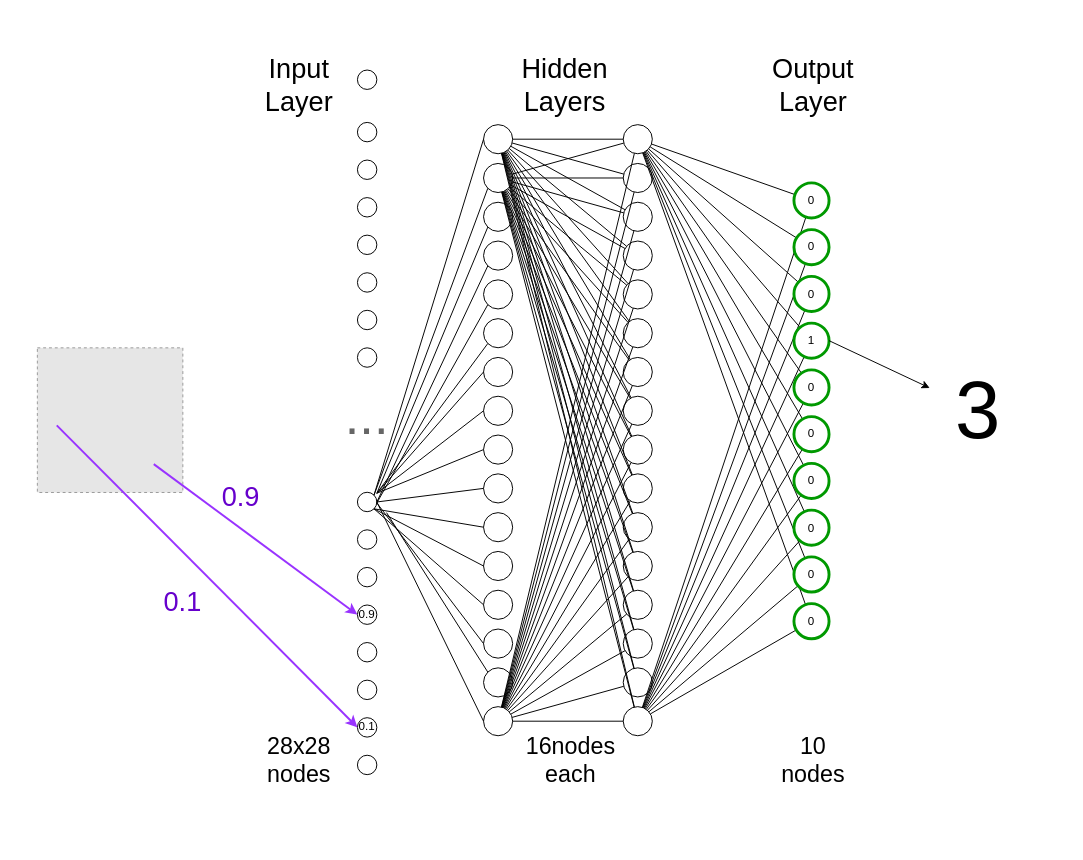
Before: neural-net.drawio in chnoack/diagrams, a draw.io diagram. Source tidied: cells renumbered, new cells numbered last; positions are measured from the earlier drawing's top-left corner, leaving out a move shared by most shapes. Both pictures are drawn from the tidied source at 97%, with x=0, y=0 at pixel (37, 70). Pictures stored in the file or linked from it are replaced by grey dashed boxes.
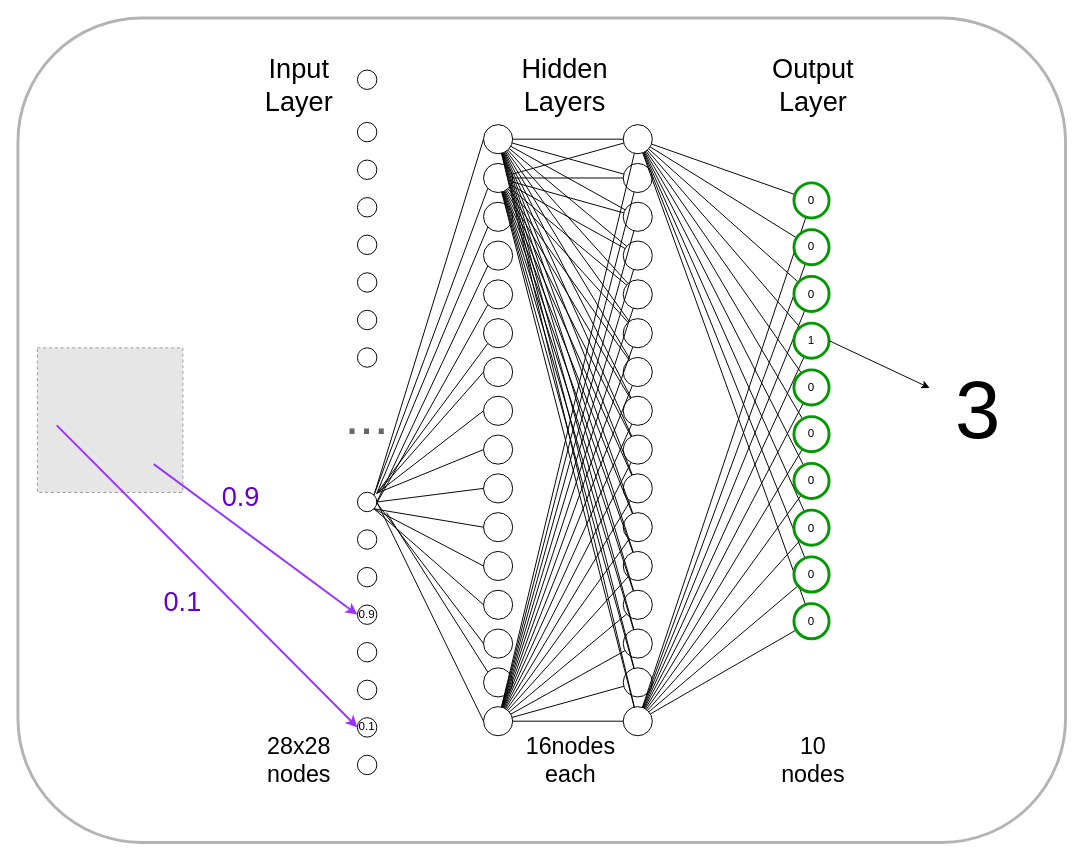
Above is the later version.

Change to the diagram source:
```diff
@@
+    <mxCell id="159" style="rounded=1;whiteSpace=wrap;html=1;strokeColor=#B3B3B3;strokeWidth=3;" parent="1" vertex="1">
+      <mxGeometry x="-20" y="-54" width="1080" height="850" as="geometry" />
+    </mxCell>
```
